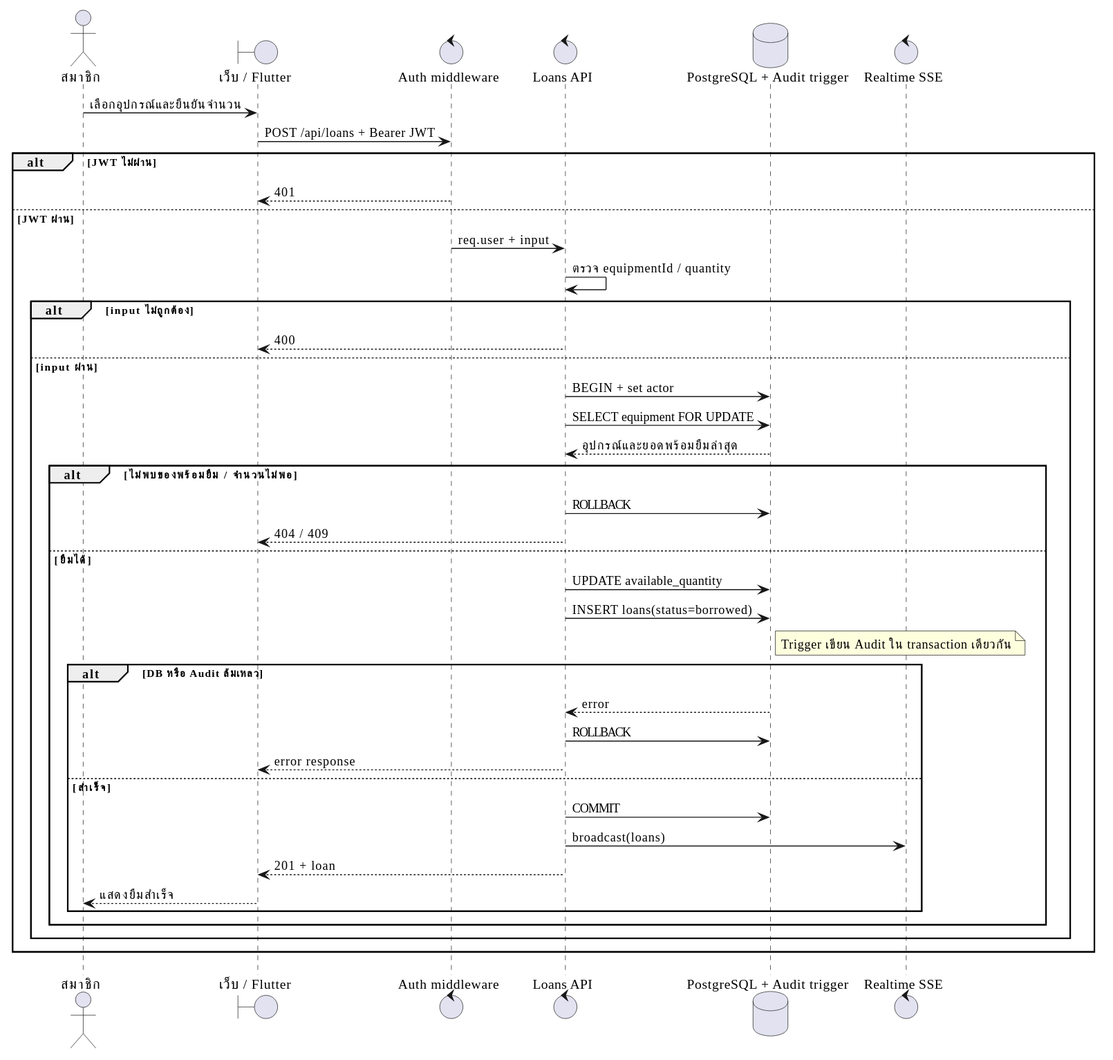
This is docs/uml-images/uml-sequence-borrow.svg from ChaiwatKhodboon/-IOT, a PlantUML export, as it was before one commit. Its source is kept beside it as docs/uml-sequence-borrow.puml. Source of this version:
```plantuml
@startuml
skinparam defaultFontName Tahoma
actor "สมาชิก" as U
boundary "เว็บ / Flutter" as UI
control "Auth middleware" as Auth
control "Loans API" as API
database "PostgreSQL + Audit trigger" as DB
control "Realtime SSE" as RT
U -> UI : เลือกอุปกรณ์และยืนยันจำนวน
UI -> Auth : POST /api/loans + Bearer JWT
alt JWT ไม่ผ่าน
  Auth --> UI : 401
else JWT ผ่าน
  Auth -> API : req.user + input
  API -> API : ตรวจ equipmentId / quantity
  alt input ไม่ถูกต้อง
    API --> UI : 400
  else input ผ่าน
    API -> DB : BEGIN + set actor
    API -> DB : SELECT equipment FOR UPDATE
    DB --> API : อุปกรณ์และยอดพร้อมยืมล่าสุด
    alt ไม่พบของพร้อมยืม / จำนวนไม่พอ
      API -> DB : ROLLBACK
      API --> UI : 404 / 409
    else ยืมได้
      API -> DB : UPDATE available_quantity
      API -> DB : INSERT loans(status=borrowed)
      note right of DB : Trigger เขียน Audit ใน transaction เดียวกัน
      alt DB หรือ Audit ล้มเหลว
        DB --> API : error
        API -> DB : ROLLBACK
        API --> UI : error response
      else สำเร็จ
        API -> DB : COMMIT
        API -> RT : broadcast(loans)
        API --> UI : 201 + loan
        UI --> U : แสดงยืมสำเร็จ
      end
    end
  end
end
@enduml
```
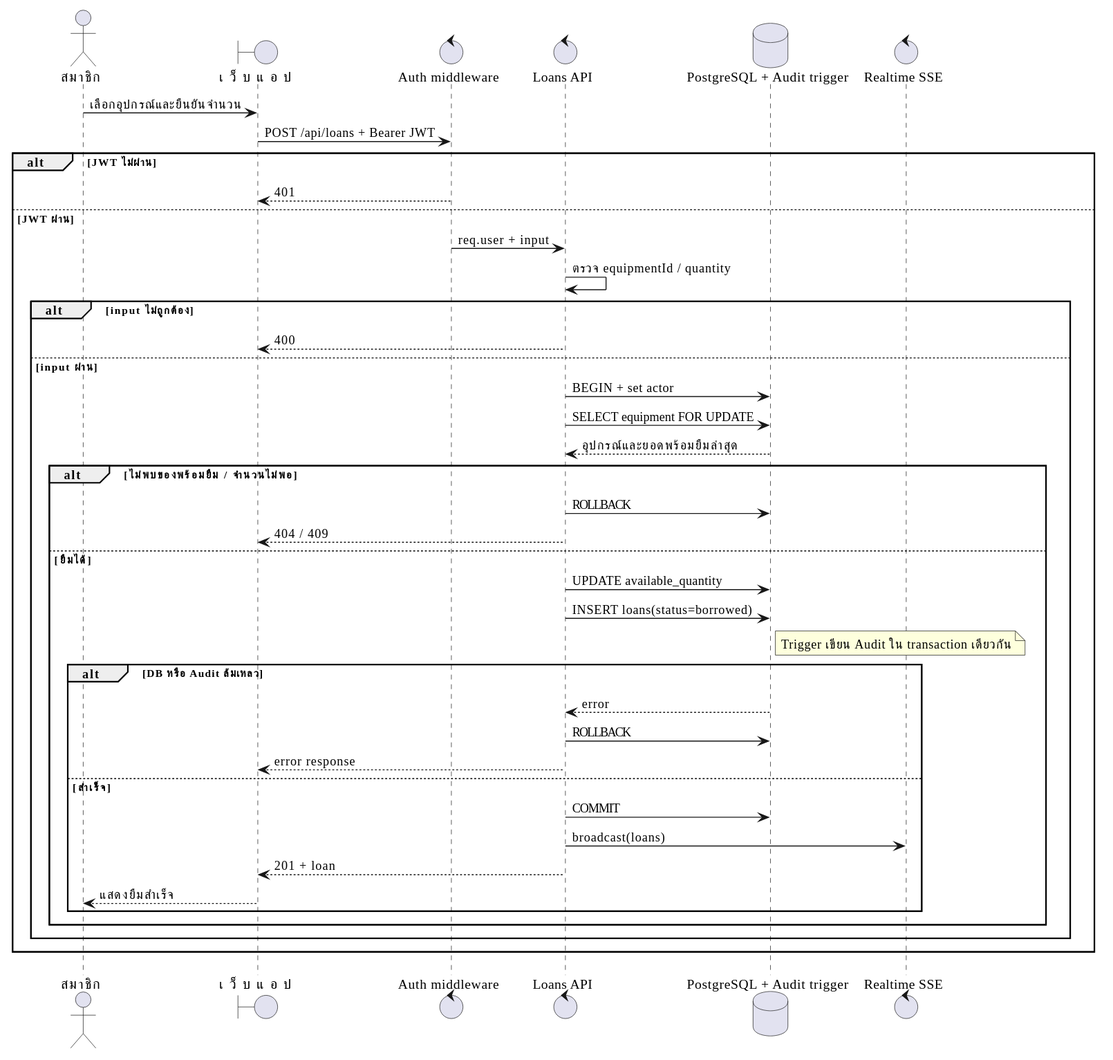
Above is the later version.

Change to the diagram source:
```diff
@@ -1,7 +1,7 @@
 @startuml
 skinparam defaultFontName Tahoma
 actor "สมาชิก" as U
-boundary "เว็บ / Flutter" as UI
+boundary "เว็บแอป" as UI
 control "Auth middleware" as Auth
 control "Loans API" as API
 database "PostgreSQL + Audit trigger" as DB
```
